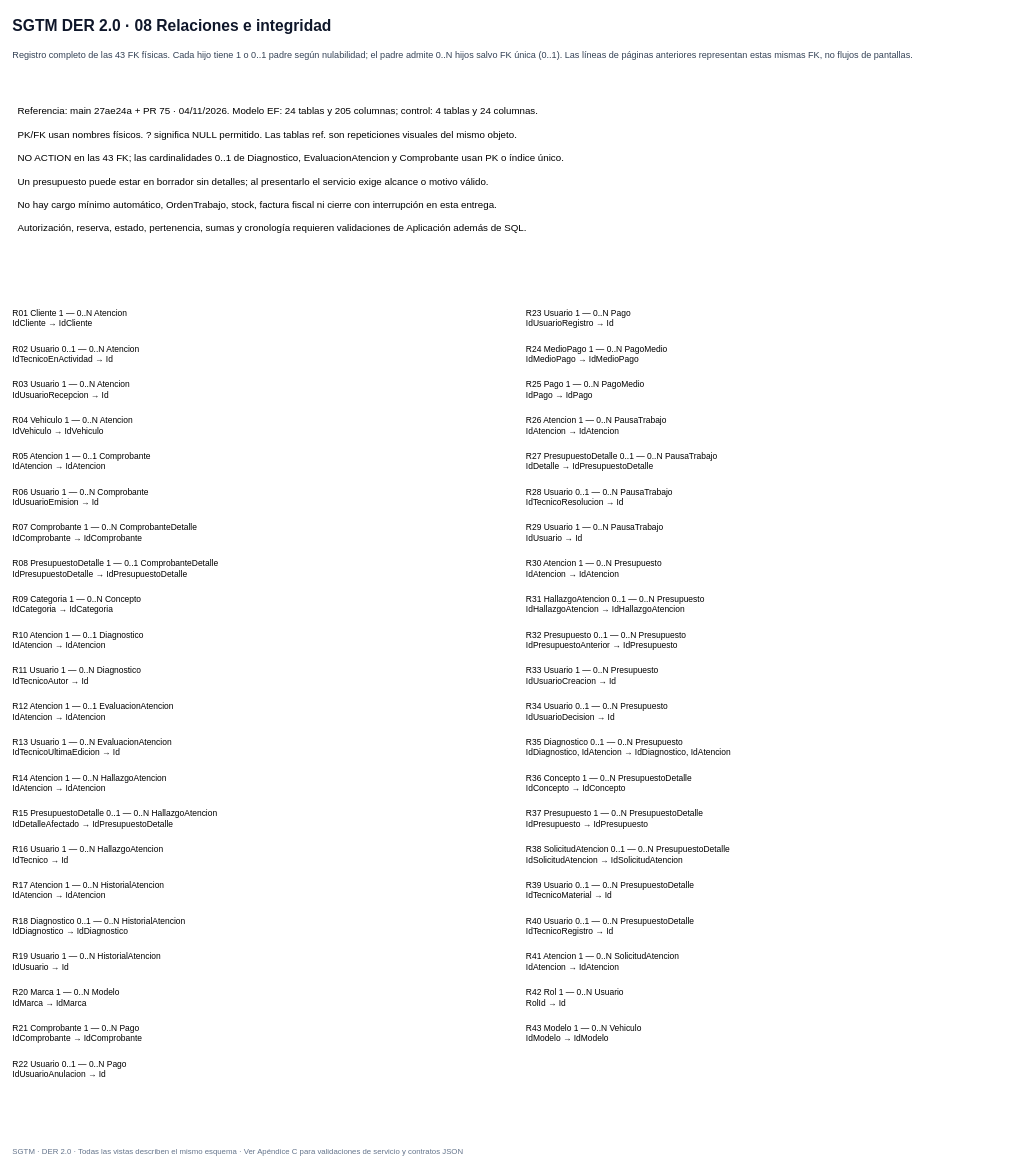
Earlier version of the draw.io diagram page "08 Relaciones e integridad" (8 of 8) of docs/diagramas/DER-SGTM-v2.0.drawio (EnriqueRTG/taller-mecanico). Source tidied: cells renumbered, new cells numbered last; positions are measured from the earlier drawing's top-left corner, leaving out a move shared by most shapes. Both pictures are drawn from the tidied source at 65%, with x=0, y=0 at pixel (11, 11).
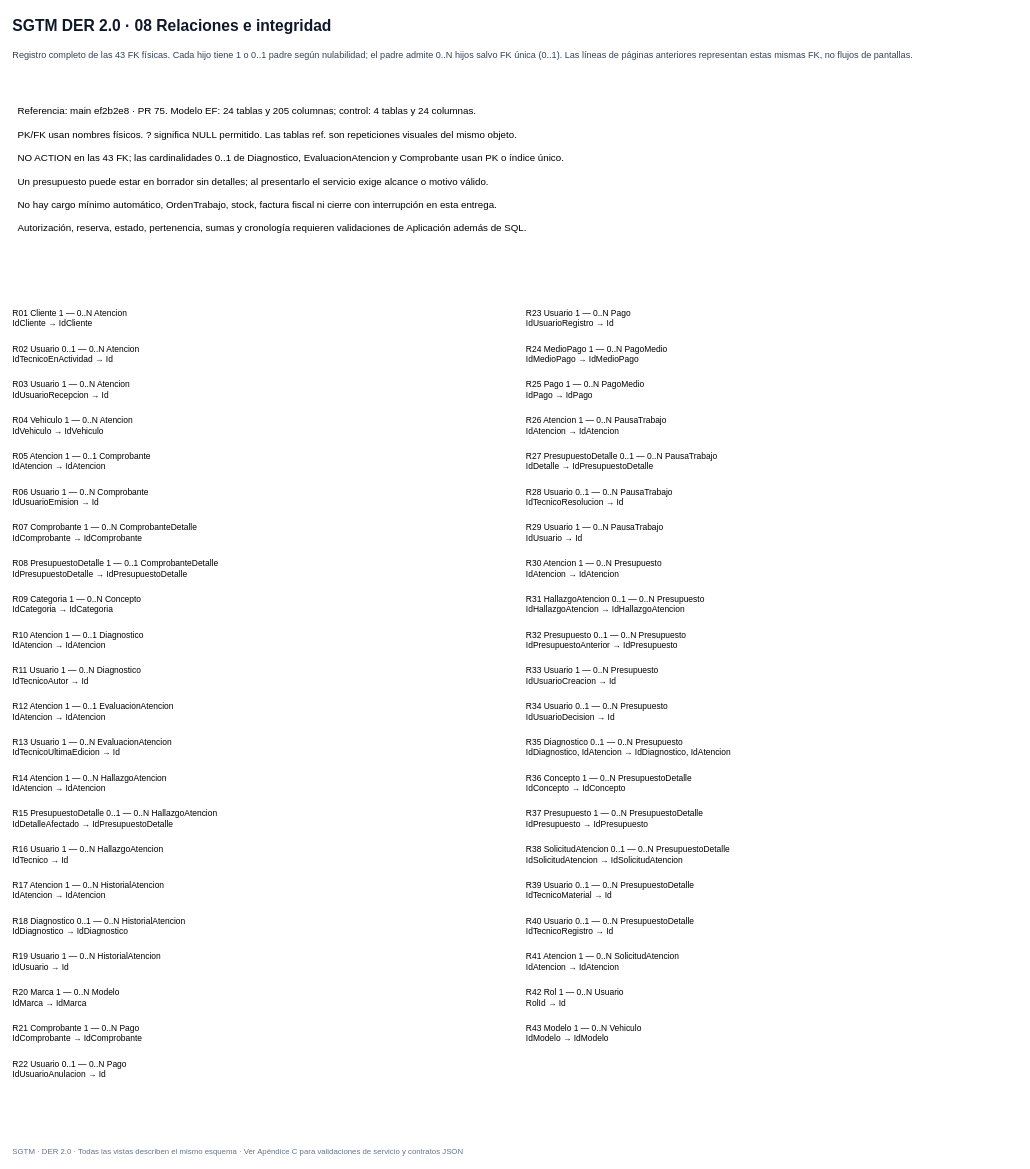
After the change.

Commit message (it also covers changes not shown here):
Alinea la documentación y los diagramas con el SGTM implementado

Diff of the diagram source:
```diff
@@
-    <mxCell id="4" value="Referencia: main 27ae24a + PR 75 · 04/11/2026. Modelo EF: 24 tablas y 205 columnas; control: 4 tablas y 24 columnas.&#10;&#10;PK/FK usan nombres físicos. ? significa NULL permitido. Las tablas ref. son repeticiones visuales del mismo objeto.&#10;&#10;NO ACTION en las 43 FK; las cardinalidades 0..1 de Diagnostico, EvaluacionAtencion y Comprobante usan PK o índice único.&#10;&#10;Un presupuesto puede estar en borrador sin detalles; al presentarlo el servicio exige alcance o motivo válido.&#10;&#10;No hay cargo mínimo automático, OrdenTrabajo, stock, factura fiscal ni cierre con interrupción en esta entrega.&#10;&#10;Autorización, reserva, estado, pertenencia, sumas y cronología requieren validaciones de Aplicación además de SQL." style="text;html=0;align=left;verticalAlign=top;whiteSpace=wrap;fontSize=15;spacing=10;" parent="1" vertex="1">
+    <mxCell id="4" value="Referencia: main ef2b2e8 · PR 75. Modelo EF: 24 tablas y 205 columnas; control: 4 tablas y 24 columnas.&#10;&#10;PK/FK usan nombres físicos. ? significa NULL permitido. Las tablas ref. son repeticiones visuales del mismo objeto.&#10;&#10;NO ACTION en las 43 FK; las cardinalidades 0..1 de Diagnostico, EvaluacionAtencion y Comprobante usan PK o índice único.&#10;&#10;Un presupuesto puede estar en borrador sin detalles; al presentarlo el servicio exige alcance o motivo válido.&#10;&#10;No hay cargo mínimo automático, OrdenTrabajo, stock, factura fiscal ni cierre con interrupción en esta entrega.&#10;&#10;Autorización, reserva, estado, pertenencia, sumas y cronología requieren validaciones de Aplicación además de SQL." style="text;html=0;align=left;verticalAlign=top;whiteSpace=wrap;fontSize=15;spacing=10;" parent="1" vertex="1">
       <mxGeometry y="130" width="1500" height="285" as="geometry" />
     </mxCell>
```
